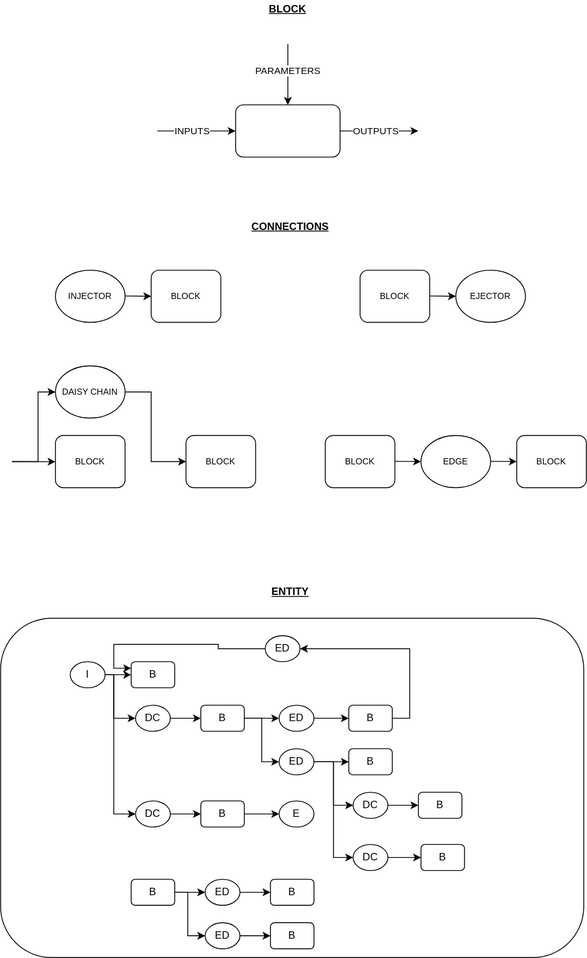
This is images/architecture-Page-1.svg from freol35241/noname, a draw.io export, as it was before one commit. Source tidied: cells renumbered, new cells last; positions are measured from the earlier drawing's top-left corner, leaving out a move shared by most shapes.
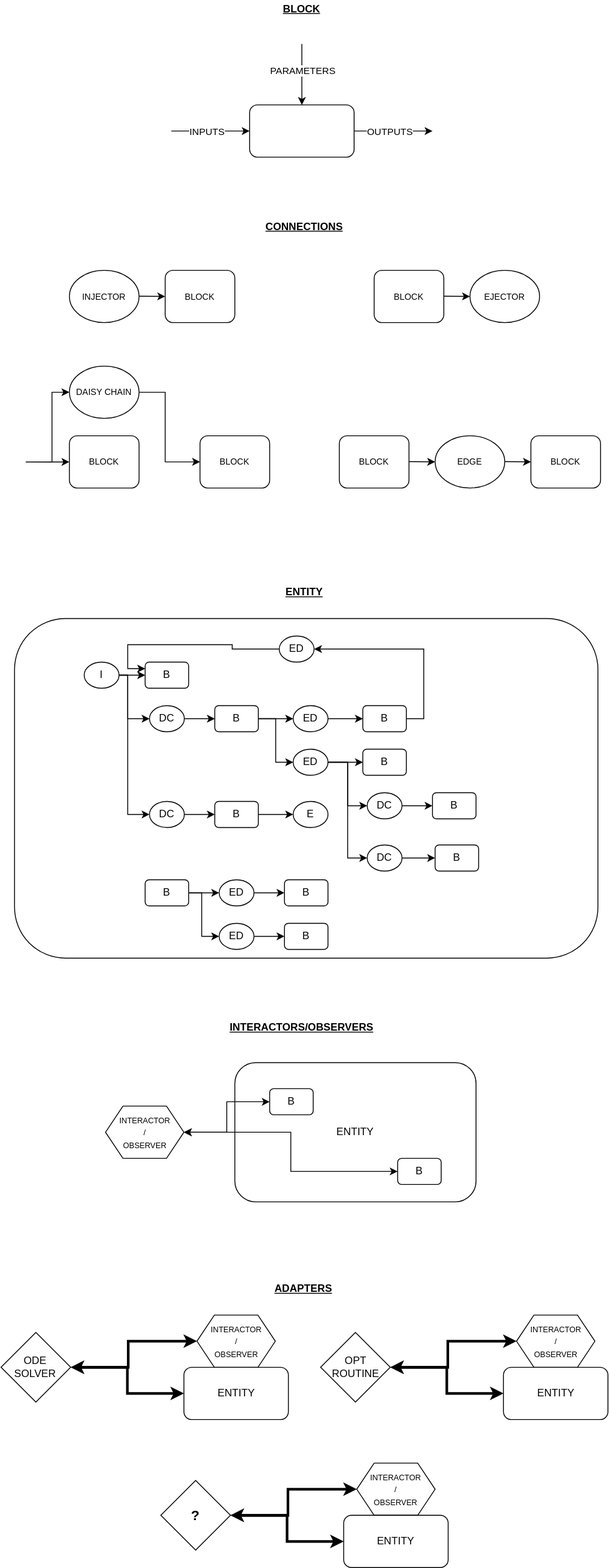
The same file after the commit.

Commit message:
More updates to architectural vision

What changed in the source:
```diff
@@ -294,5 +294,116 @@
         </Array>
       </mxGeometry>
     </mxCell>
+    <mxCell id="78" value="&lt;u&gt;&lt;b&gt;ADAPTERS&lt;/b&gt;&lt;/u&gt;" style="text;html=1;strokeColor=none;fillColor=none;align=center;verticalAlign=middle;whiteSpace=wrap;rounded=0;" parent="1" vertex="1">
+      <mxGeometry x="311.5" y="1470" width="40" height="20" as="geometry" />
+    </mxCell>
+    <mxCell id="79" value="&lt;u&gt;&lt;b&gt;INTERACTORS/OBSERVERS&lt;/b&gt;&lt;/u&gt;" style="text;html=1;strokeColor=none;fillColor=none;align=center;verticalAlign=middle;whiteSpace=wrap;rounded=0;" parent="1" vertex="1">
+      <mxGeometry x="310" y="1170" width="40" height="20" as="geometry" />
+    </mxCell>
+    <mxCell id="80" style="group;" parent="1" vertex="1">
+      <mxGeometry x="-15.5" y="1530" width="330" height="100" as="geometry" />
+    </mxCell>
+    <mxCell id="81" style="group;" parent="80" vertex="1">
+      <mxGeometry width="330" height="80" as="geometry" />
+    </mxCell>
+    <mxCell id="82" style="edgeStyle=orthogonalEdgeStyle;rounded=0;jettySize=auto;html=1;exitX=1;exitY=0.5;exitDx=0;exitDy=0;entryX=0;entryY=0.5;entryDx=0;entryDy=0;startArrow=classic;startFill=1;startSize=6;endSize=6;strokeWidth=3;" parent="81" edge="1" source="83" target="84">
+      <mxGeometry relative="1" as="geometry">
+        <Array as="points">
+          <mxPoint x="146" y="40" />
+          <mxPoint x="146" y="10" />
+        </Array>
+      </mxGeometry>
+    </mxCell>
+    <mxCell id="83" value="ODE&lt;br&gt;SOLVER" style="rhombus;whiteSpace=wrap;html=1;fillColor=none;" parent="81" vertex="1">
+      <mxGeometry width="80" height="80" as="geometry" />
+    </mxCell>
+    <mxCell id="84" value="&lt;font style=&quot;font-size: 9px&quot;&gt;INTERACTOR&lt;br&gt;/&lt;br&gt;OBSERVER&lt;/font&gt;" style="shape=hexagon;perimeter=hexagonPerimeter2;whiteSpace=wrap;html=1;fixedSize=1;fillColor=none;" parent="81" vertex="1">
+      <mxGeometry x="225" y="-20" width="90" height="60" as="geometry" />
+    </mxCell>
+    <mxCell id="85" value="ENTITY" style="rounded=1;whiteSpace=wrap;html=1;fillColor=none;" parent="80" vertex="1">
+      <mxGeometry x="210" y="40" width="120" height="60" as="geometry" />
+    </mxCell>
+    <mxCell id="86" style="edgeStyle=orthogonalEdgeStyle;rounded=0;jettySize=auto;html=1;exitX=1;exitY=0.5;exitDx=0;exitDy=0;entryX=0;entryY=0.5;entryDx=0;entryDy=0;startArrow=classic;startFill=1;endSize=6;startSize=6;strokeWidth=3;" parent="80" edge="1" source="83" target="85">
+      <mxGeometry relative="1" as="geometry" />
+    </mxCell>
+    <mxCell id="87" style="group;" parent="1" vertex="1">
+      <mxGeometry x="351.5" y="1510" width="330" height="120" as="geometry" />
+    </mxCell>
+    <mxCell id="88" style="group;" parent="87" vertex="1">
+      <mxGeometry y="20" width="330" height="80" as="geometry" />
+    </mxCell>
+    <mxCell id="89" value="OPT&lt;br&gt;ROUTINE" style="rhombus;whiteSpace=wrap;html=1;fillColor=none;" parent="88" vertex="1">
+      <mxGeometry width="80" height="80" as="geometry" />
+    </mxCell>
+    <mxCell id="90" style="edgeStyle=orthogonalEdgeStyle;rounded=0;jettySize=auto;html=1;exitX=1;exitY=0.5;exitDx=0;exitDy=0;entryX=0;entryY=0.5;entryDx=0;entryDy=0;startArrow=classic;startFill=1;startSize=6;endSize=6;strokeWidth=3;" parent="87" edge="1" target="91">
+      <mxGeometry relative="1" as="geometry">
+        <mxPoint x="80" y="60" as="sourcePoint" />
+        <Array as="points">
+          <mxPoint x="146" y="60" />
+          <mxPoint x="146" y="30" />
+        </Array>
+      </mxGeometry>
+    </mxCell>
+    <mxCell id="91" value="&lt;font style=&quot;font-size: 9px&quot;&gt;INTERACTOR&lt;br&gt;/&lt;br&gt;OBSERVER&lt;/font&gt;" style="shape=hexagon;perimeter=hexagonPerimeter2;whiteSpace=wrap;html=1;fixedSize=1;fillColor=none;" parent="87" vertex="1">
+      <mxGeometry x="225" width="90" height="60" as="geometry" />
+    </mxCell>
+    <mxCell id="92" value="ENTITY" style="rounded=1;whiteSpace=wrap;html=1;fillColor=none;" parent="87" vertex="1">
+      <mxGeometry x="210" y="60" width="120" height="60" as="geometry" />
+    </mxCell>
+    <mxCell id="93" style="edgeStyle=orthogonalEdgeStyle;rounded=0;jettySize=auto;html=1;exitX=1;exitY=0.5;exitDx=0;exitDy=0;entryX=0;entryY=0.5;entryDx=0;entryDy=0;startArrow=classic;startFill=1;endSize=6;startSize=6;strokeWidth=3;" parent="87" edge="1" target="92">
+      <mxGeometry relative="1" as="geometry">
+        <mxPoint x="80" y="60" as="sourcePoint" />
+      </mxGeometry>
+    </mxCell>
+    <mxCell id="94" style="group;" parent="1" vertex="1">
+      <mxGeometry x="168" y="1680" width="330" height="120" as="geometry" />
+    </mxCell>
+    <mxCell id="95" style="group;" parent="94" vertex="1">
+      <mxGeometry y="20" width="330" height="80" as="geometry" />
+    </mxCell>
+    <mxCell id="96" value="&lt;b&gt;&lt;font style=&quot;font-size: 16px&quot;&gt;?&lt;/font&gt;&lt;/b&gt;" style="rhombus;whiteSpace=wrap;html=1;fillColor=none;" parent="95" vertex="1">
+      <mxGeometry width="80" height="80" as="geometry" />
+    </mxCell>
+    <mxCell id="97" style="edgeStyle=orthogonalEdgeStyle;rounded=0;jettySize=auto;html=1;exitX=1;exitY=0.5;exitDx=0;exitDy=0;entryX=0;entryY=0.5;entryDx=0;entryDy=0;startArrow=classic;startFill=1;startSize=6;endSize=6;strokeWidth=3;" parent="94" edge="1" target="98">
+      <mxGeometry relative="1" as="geometry">
+        <mxPoint x="80" y="60" as="sourcePoint" />
+        <Array as="points">
+          <mxPoint x="146" y="60" />
+          <mxPoint x="146" y="30" />
+        </Array>
+      </mxGeometry>
+    </mxCell>
+    <mxCell id="98" value="&lt;font style=&quot;font-size: 9px&quot;&gt;INTERACTOR&lt;br&gt;/&lt;br&gt;OBSERVER&lt;/font&gt;" style="shape=hexagon;perimeter=hexagonPerimeter2;whiteSpace=wrap;html=1;fixedSize=1;fillColor=none;" parent="94" vertex="1">
+      <mxGeometry x="225" width="90" height="60" as="geometry" />
+    </mxCell>
+    <mxCell id="99" value="ENTITY" style="rounded=1;whiteSpace=wrap;html=1;fillColor=none;" parent="94" vertex="1">
+      <mxGeometry x="210" y="60" width="120" height="60" as="geometry" />
+    </mxCell>
+    <mxCell id="100" style="edgeStyle=orthogonalEdgeStyle;rounded=0;jettySize=auto;html=1;exitX=1;exitY=0.5;exitDx=0;exitDy=0;entryX=0;entryY=0.5;entryDx=0;entryDy=0;startArrow=classic;startFill=1;endSize=6;startSize=6;strokeWidth=3;" parent="94" edge="1" target="99">
+      <mxGeometry relative="1" as="geometry">
+        <mxPoint x="80" y="60" as="sourcePoint" />
+      </mxGeometry>
+    </mxCell>
+    <mxCell id="101" style="group;" parent="1" vertex="1">
+      <mxGeometry x="104.5" y="1220" width="425.5" height="160" as="geometry" />
+    </mxCell>
+    <mxCell id="102" value="&lt;font style=&quot;font-size: 9px&quot;&gt;INTERACTOR&lt;br&gt;/&lt;br&gt;OBSERVER&lt;/font&gt;" style="shape=hexagon;perimeter=hexagonPerimeter2;whiteSpace=wrap;html=1;fixedSize=1;fillColor=none;" parent="101" vertex="1">
+      <mxGeometry y="50" width="90" height="60" as="geometry" />
+    </mxCell>
+    <mxCell id="103" value="ENTITY" style="rounded=1;whiteSpace=wrap;html=1;fillColor=none;" parent="101" vertex="1">
+      <mxGeometry x="148.5" width="277" height="160" as="geometry" />
+    </mxCell>
+    <mxCell id="104" value="B" style="rounded=1;whiteSpace=wrap;html=1;fillColor=none;" parent="101" vertex="1">
+      <mxGeometry x="188.5" y="30" width="50" height="30" as="geometry" />
+    </mxCell>
+    <mxCell id="105" style="edgeStyle=orthogonalEdgeStyle;rounded=0;jettySize=auto;html=1;exitX=1;exitY=0.5;exitDx=0;exitDy=0;entryX=0;entryY=0.5;entryDx=0;entryDy=0;startArrow=classic;startFill=1;startSize=6;endSize=6;strokeWidth=1;" parent="101" edge="1" source="102" target="104">
+      <mxGeometry relative="1" as="geometry" />
+    </mxCell>
+    <mxCell id="106" value="B" style="rounded=1;whiteSpace=wrap;html=1;fillColor=none;" parent="101" vertex="1">
+      <mxGeometry x="335.5" y="110" width="50" height="30" as="geometry" />
+    </mxCell>
+    <mxCell id="107" style="edgeStyle=orthogonalEdgeStyle;rounded=0;jettySize=auto;html=1;exitX=1;exitY=0.5;exitDx=0;exitDy=0;entryX=0;entryY=0.5;entryDx=0;entryDy=0;startArrow=classic;startFill=1;startSize=6;endSize=6;strokeWidth=1;" parent="101" edge="1" source="102" target="106">
+      <mxGeometry relative="1" as="geometry" />
+    </mxCell>
   </root>
 </mxGraphModel>
```
